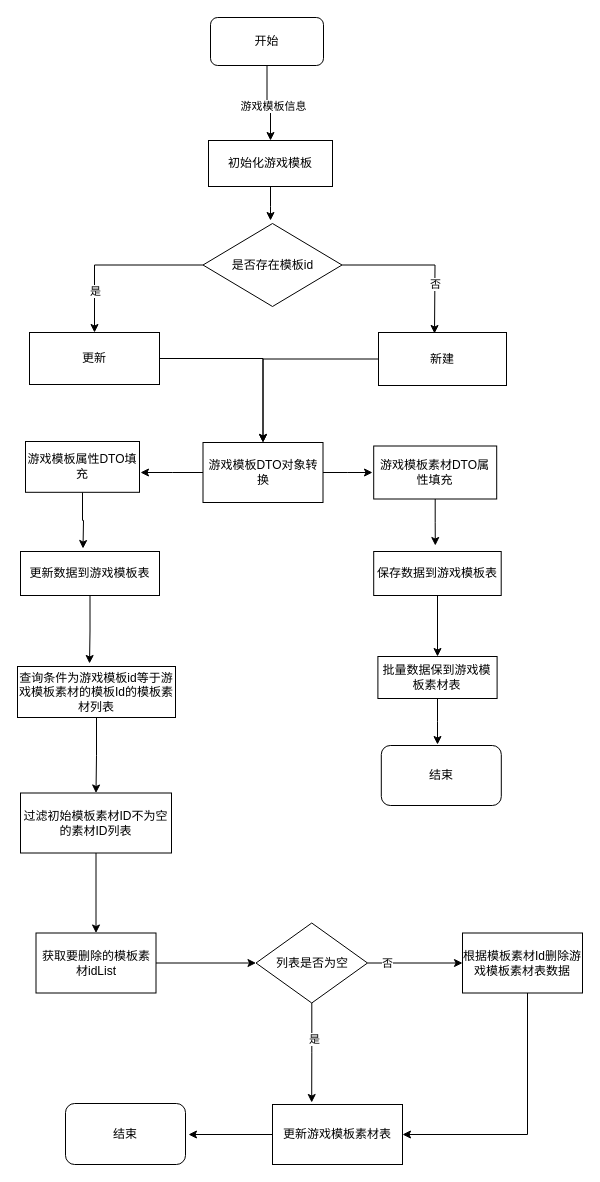
This is 游戏营销业务流程图.drawio from YYB1024/myRemoteRepo, a draw.io file, before an edit. Source tidied: cells renumbered, new cells numbered last; positions are measured from the earlier drawing's top-left corner, leaving out a move shared by most shapes. Both pictures are drawn from the tidied source at 100%, with x=0, y=0 at pixel (17, 17).
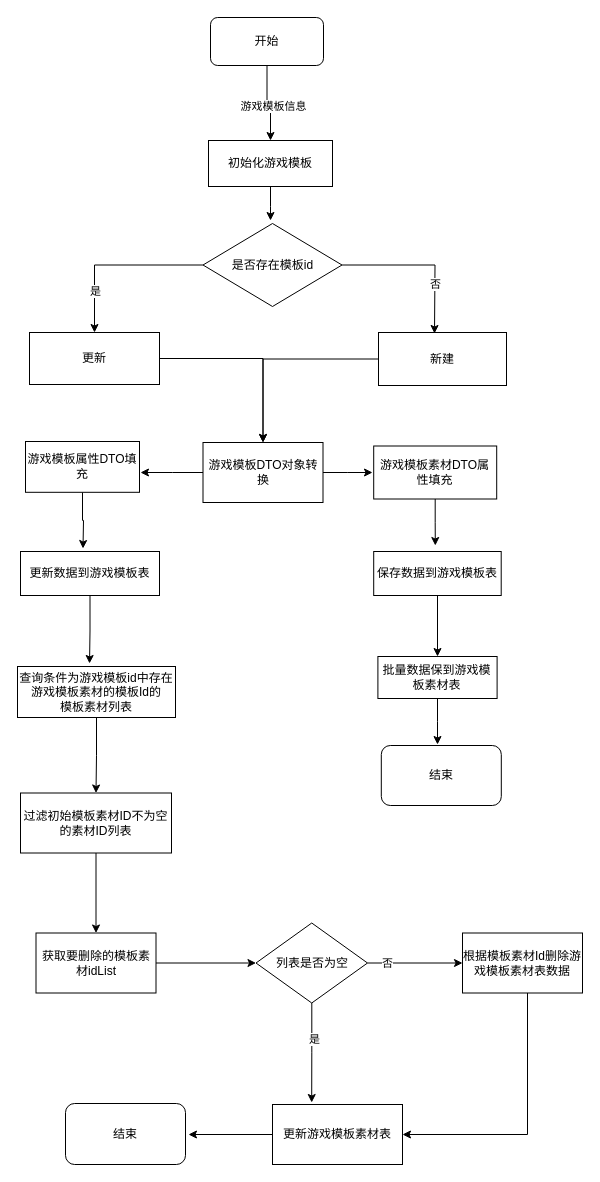
The same diagram, later.

Commit message (it also covers changes not shown here):
更新游戏营销业务流程图.drawio

The edit, as a diff of the source:
```diff
@@
-    <mxCell id="31" value="查询条件为游戏模板id等于游戏模板素材的模板Id的模板素材列表" style="whiteSpace=wrap;html=1;rounded=0;" parent="1" vertex="1">
+    <mxCell id="31" value="查询条件为游戏模板id中存在游戏模板素材的模板Id的&lt;br&gt;模板素材列表" style="whiteSpace=wrap;html=1;rounded=0;" parent="1" vertex="1">
       <mxGeometry y="649" width="158" height="51" as="geometry" />
     </mxCell>
```
